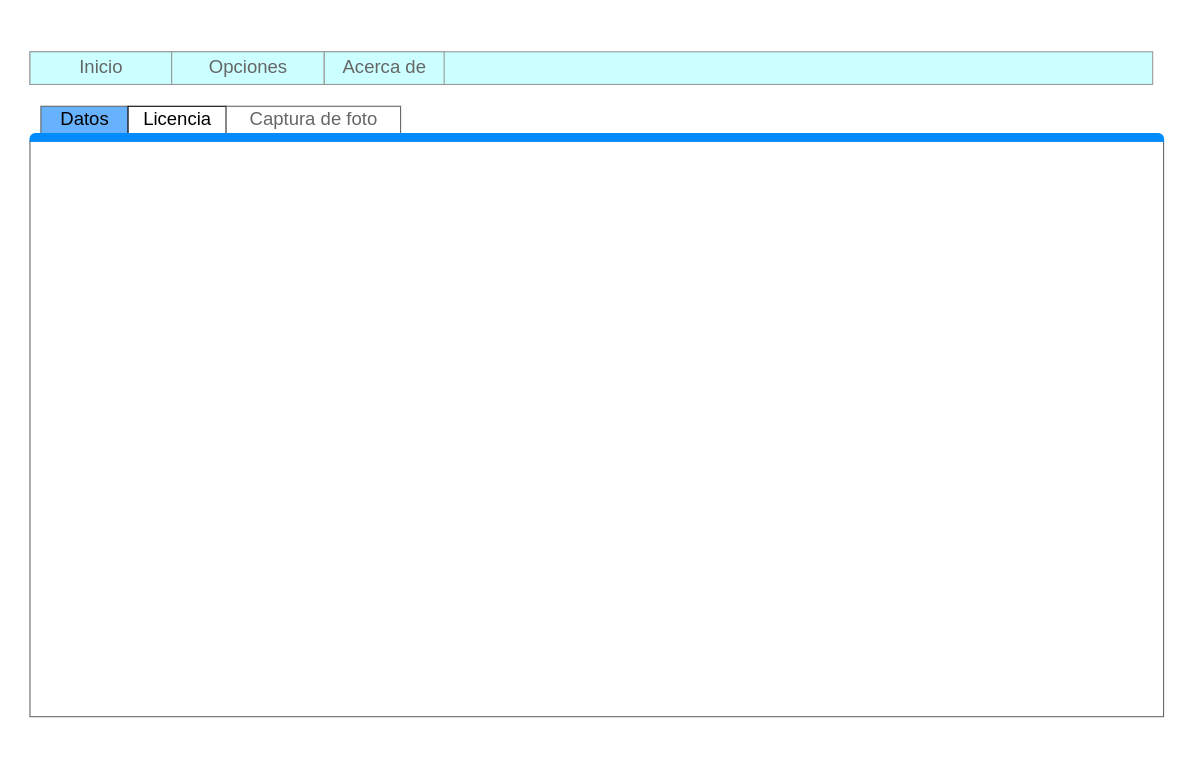
Earlier version of the draw.io diagram src/img/Untitled Diagram.drawio (mateomtz199/Tarea1_f). Source tidied: cells renumbered, new cells numbered last; positions are measured from the earlier drawing's top-left corner, leaving out a move shared by most shapes. Both pictures are drawn from the tidied source at 109%, with x=0, y=0 at pixel (29, 51).
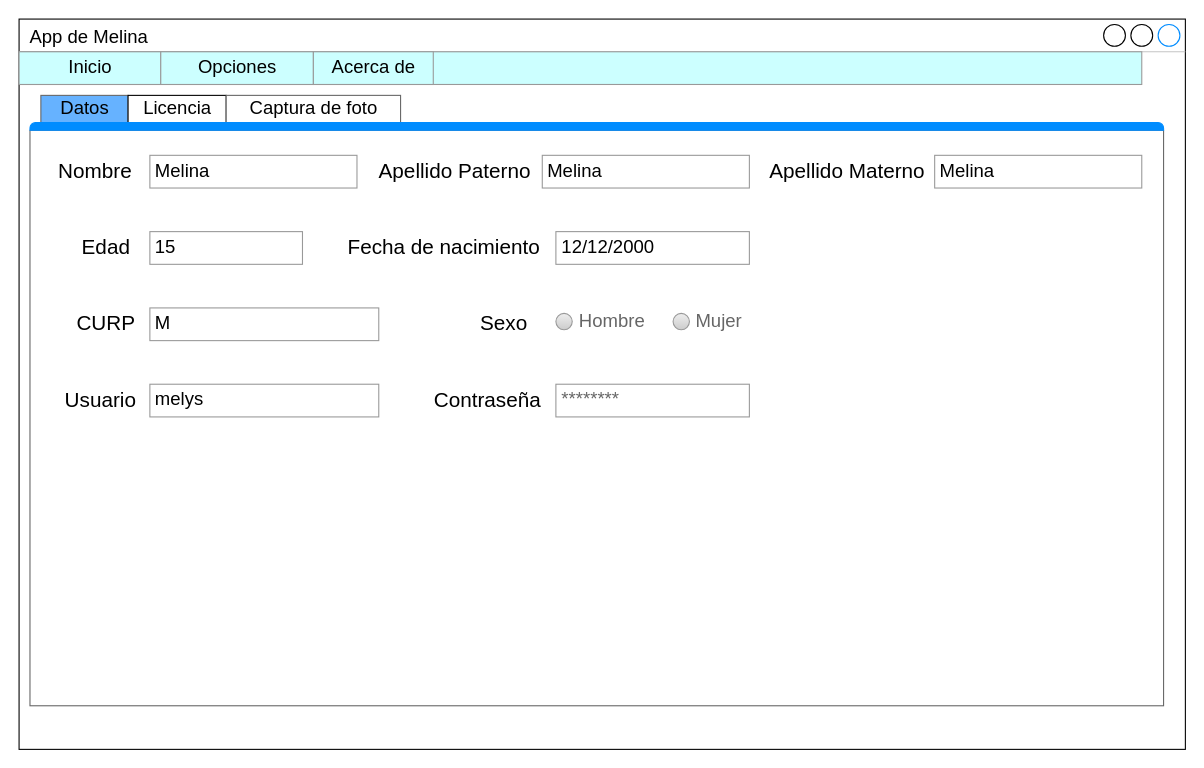
The same page after the edit.

Commit message:
Diseño de la pestaña Datos

The edit, as a diff of the source:
```diff
@@
+    <mxCell id="11" value="App de Melina" style="strokeWidth=1;shadow=0;dashed=0;align=center;html=1;shape=mxgraph.mockup.containers.window;align=left;verticalAlign=top;spacingLeft=8;strokeColor2=#008cff;strokeColor3=#c4c4c4;fontColor=#000000;mainText=;fontSize=17;labelBackgroundColor=none;" parent="1" vertex="1">
+      <mxGeometry x="-10" y="-30" width="1070" height="670" as="geometry" />
+    </mxCell>
     <mxCell id="2" style="strokeWidth=1;shadow=0;dashed=0;align=center;html=1;shape=mxgraph.mockup.containers.marginRect2;rectMarginTop=32;strokeColor=#666666;gradientColor=none;" parent="1" vertex="1">
-      <mxGeometry y="50" width="1040" height="560" as="geometry" />
+      <mxGeometry y="40" width="1040" height="560" as="geometry" />
     </mxCell>
@@
-    <mxCell id="5" value="Captura de foto" style="strokeColor=inherit;fillColor=inherit;gradientColor=inherit;strokeWidth=1;shadow=0;dashed=0;align=center;html=1;shape=mxgraph.mockup.containers.rrect;rSize=0;fontSize=17;fontColor=#666666;gradientColor=none;" parent="2" vertex="1">
+    <mxCell id="5" value="Captura de foto" style="strokeColor=inherit;fillColor=inherit;gradientColor=inherit;strokeWidth=1;shadow=0;dashed=0;align=center;html=1;shape=mxgraph.mockup.containers.rrect;rSize=0;fontSize=17;fontColor=#000000;gradientColor=none;" parent="2" vertex="1">
       <mxGeometry width="160" height="25" relative="1" as="geometry">
         <mxPoint x="180" as="offset" />
       </mxGeometry>
     </mxCell>
@@
+    <mxCell id="12" value="Nombre" style="text;html=1;strokeColor=none;fillColor=none;align=center;verticalAlign=middle;whiteSpace=wrap;rounded=0;fontColor=#000000;fontSize=19;" parent="2" vertex="1">
+      <mxGeometry x="40" y="60" width="40" height="20" as="geometry" />
+    </mxCell>
+    <mxCell id="13" value="Melina" style="strokeWidth=1;shadow=0;dashed=0;align=center;html=1;shape=mxgraph.mockup.forms.pwField;strokeColor=#999999;mainText=;align=left;fontColor=#000000;fontSize=17;spacingLeft=3;" parent="2" vertex="1">
+      <mxGeometry x="110" y="55" width="190" height="30" as="geometry" />
+    </mxCell>
+    <mxCell id="14" value="Apellido Paterno" style="text;html=1;strokeColor=none;fillColor=none;align=center;verticalAlign=middle;whiteSpace=wrap;rounded=0;fontColor=#000000;fontSize=19;" parent="2" vertex="1">
+      <mxGeometry x="310" y="60" width="160" height="20" as="geometry" />
+    </mxCell>
+    <mxCell id="15" value="Melina" style="strokeWidth=1;shadow=0;dashed=0;align=center;html=1;shape=mxgraph.mockup.forms.pwField;strokeColor=#999999;mainText=;align=left;fontColor=#000000;fontSize=17;spacingLeft=3;" parent="2" vertex="1">
+      <mxGeometry x="470" y="55" width="190" height="30" as="geometry" />
+    </mxCell>
+    <mxCell id="16" value="Apellido Materno" style="text;html=1;strokeColor=none;fillColor=none;align=center;verticalAlign=middle;whiteSpace=wrap;rounded=0;fontColor=#000000;fontSize=19;" parent="2" vertex="1">
+      <mxGeometry x="670" y="60" width="160" height="20" as="geometry" />
+    </mxCell>
+    <mxCell id="17" value="Melina" style="strokeWidth=1;shadow=0;dashed=0;align=center;html=1;shape=mxgraph.mockup.forms.pwField;strokeColor=#999999;mainText=;align=left;fontColor=#000000;fontSize=17;spacingLeft=3;" parent="2" vertex="1">
+      <mxGeometry x="830" y="55" width="190" height="30" as="geometry" />
+    </mxCell>
+    <mxCell id="18" value="Edad" style="text;html=1;strokeColor=none;fillColor=none;align=center;verticalAlign=middle;whiteSpace=wrap;rounded=0;fontColor=#000000;fontSize=19;" parent="2" vertex="1">
+      <mxGeometry x="50" y="130" width="40" height="20" as="geometry" />
+    </mxCell>
+    <mxCell id="19" value="15" style="strokeWidth=1;shadow=0;dashed=0;align=center;html=1;shape=mxgraph.mockup.forms.pwField;strokeColor=#999999;mainText=;align=left;fontColor=#000000;fontSize=17;spacingLeft=3;" parent="2" vertex="1">
+      <mxGeometry x="110" y="125" width="140" height="30" as="geometry" />
+    </mxCell>
+    <mxCell id="20" value="Fecha de nacimiento" style="text;html=1;strokeColor=none;fillColor=none;align=center;verticalAlign=middle;whiteSpace=wrap;rounded=0;fontColor=#000000;fontSize=19;" parent="2" vertex="1">
+      <mxGeometry x="250" y="130" width="260" height="20" as="geometry" />
+    </mxCell>
+    <mxCell id="21" value="12/12/2000" style="strokeWidth=1;shadow=0;dashed=0;align=center;html=1;shape=mxgraph.mockup.forms.pwField;strokeColor=#999999;mainText=;align=left;fontColor=#000000;fontSize=17;spacingLeft=3;" parent="2" vertex="1">
+      <mxGeometry x="482.5" y="125" width="177.5" height="30" as="geometry" />
+    </mxCell>
+    <mxCell id="22" value="CURP" style="text;html=1;strokeColor=none;fillColor=none;align=center;verticalAlign=middle;whiteSpace=wrap;rounded=0;fontColor=#000000;fontSize=19;" parent="2" vertex="1">
+      <mxGeometry x="35" y="200" width="70" height="20" as="geometry" />
+    </mxCell>
+    <mxCell id="23" value="M" style="strokeWidth=1;shadow=0;dashed=0;align=center;html=1;shape=mxgraph.mockup.forms.pwField;strokeColor=#999999;mainText=;align=left;fontColor=#000000;fontSize=17;spacingLeft=3;" parent="2" vertex="1">
+      <mxGeometry x="110" y="195" width="210" height="30" as="geometry" />
+    </mxCell>
+    <mxCell id="24" value="Sexo" style="text;html=1;strokeColor=none;fillColor=none;align=center;verticalAlign=middle;whiteSpace=wrap;rounded=0;fontColor=#000000;fontSize=19;" parent="2" vertex="1">
+      <mxGeometry x="400" y="200" width="70" height="20" as="geometry" />
+    </mxCell>
+    <mxCell id="25" value="Hombre" style="shape=ellipse;fillColor=#eeeeee;strokeColor=#999999;gradientColor=#cccccc;html=1;align=left;spacingLeft=4;fontSize=17;fontColor=#666666;labelPosition=right;shadow=0;" parent="2" vertex="1">
+      <mxGeometry x="482.5" y="200" width="15" height="15" as="geometry" />
+    </mxCell>
+    <mxCell id="26" value="Mujer" style="shape=ellipse;fillColor=#eeeeee;strokeColor=#999999;gradientColor=#cccccc;html=1;align=left;spacingLeft=4;fontSize=17;fontColor=#666666;labelPosition=right;shadow=0;" parent="2" vertex="1">
+      <mxGeometry x="590" y="200" width="15" height="15" as="geometry" />
+    </mxCell>
+    <mxCell id="27" value="Usuario" style="text;html=1;strokeColor=none;fillColor=none;align=center;verticalAlign=middle;whiteSpace=wrap;rounded=0;fontColor=#000000;fontSize=19;" parent="2" vertex="1">
+      <mxGeometry x="30" y="270" width="70" height="20" as="geometry" />
+    </mxCell>
+    <mxCell id="28" value="melys" style="strokeWidth=1;shadow=0;dashed=0;align=center;html=1;shape=mxgraph.mockup.forms.pwField;strokeColor=#999999;mainText=;align=left;fontColor=#000000;fontSize=17;spacingLeft=3;" parent="2" vertex="1">
+      <mxGeometry x="110" y="265" width="210" height="30" as="geometry" />
+    </mxCell>
+    <mxCell id="29" value="Contraseña" style="text;html=1;strokeColor=none;fillColor=none;align=center;verticalAlign=middle;whiteSpace=wrap;rounded=0;fontColor=#000000;fontSize=19;" parent="2" vertex="1">
+      <mxGeometry x="360" y="270" width="120" height="20" as="geometry" />
+    </mxCell>
+    <mxCell id="30" value="********" style="strokeWidth=1;shadow=0;dashed=0;align=center;html=1;shape=mxgraph.mockup.forms.pwField;strokeColor=#999999;mainText=;align=left;fontColor=#666666;fontSize=17;spacingLeft=3;" parent="2" vertex="1">
+      <mxGeometry x="482.5" y="265" width="177.5" height="30" as="geometry" />
+    </mxCell>
     <mxCell id="7" style="strokeWidth=1;shadow=0;dashed=0;align=center;html=1;shape=mxgraph.mockup.forms.rrect;rSize=0;strokeColor=#999999;fillColor=#CCFFFF;fontColor=#000000;" parent="1" vertex="1">
-      <mxGeometry width="1030" height="30" as="geometry" />
+      <mxGeometry x="-10" width="1030" height="30" as="geometry" />
     </mxCell>
-    <mxCell id="8" value="Inicio" style="strokeColor=inherit;fillColor=inherit;gradientColor=inherit;strokeWidth=1;shadow=0;dashed=0;align=center;html=1;shape=mxgraph.mockup.forms.rrect;rSize=0;fontSize=17;fontColor=#666666;" parent="7" vertex="1">
+    <mxCell id="8" value="Inicio" style="strokeColor=inherit;fillColor=inherit;gradientColor=inherit;strokeWidth=1;shadow=0;dashed=0;align=center;html=1;shape=mxgraph.mockup.forms.rrect;rSize=0;fontSize=17;fontColor=#000000;" parent="7" vertex="1">
       <mxGeometry width="130" height="30" as="geometry" />
     </mxCell>
-    <mxCell id="9" value="Opciones" style="strokeColor=inherit;fillColor=inherit;gradientColor=inherit;strokeWidth=1;shadow=0;dashed=0;align=center;html=1;shape=mxgraph.mockup.forms.rrect;rSize=0;fontSize=17;fontColor=#666666;" parent="7" vertex="1">
+    <mxCell id="9" value="Opciones" style="strokeColor=inherit;fillColor=inherit;gradientColor=inherit;strokeWidth=1;shadow=0;dashed=0;align=center;html=1;shape=mxgraph.mockup.forms.rrect;rSize=0;fontSize=17;fontColor=#000000;" parent="7" vertex="1">
       <mxGeometry x="130" width="140" height="30" as="geometry" />
     </mxCell>
-    <mxCell id="10" value="Acerca de" style="strokeColor=inherit;fillColor=inherit;gradientColor=inherit;strokeWidth=1;shadow=0;dashed=0;align=center;html=1;shape=mxgraph.mockup.forms.rrect;rSize=0;fontSize=17;fontColor=#666666;" parent="7" vertex="1">
+    <mxCell id="10" value="Acerca de" style="strokeColor=inherit;fillColor=inherit;gradientColor=inherit;strokeWidth=1;shadow=0;dashed=0;align=center;html=1;shape=mxgraph.mockup.forms.rrect;rSize=0;fontSize=17;fontColor=#000000;" parent="7" vertex="1">
       <mxGeometry x="270" width="110" height="30" as="geometry" />
     </mxCell>
```
